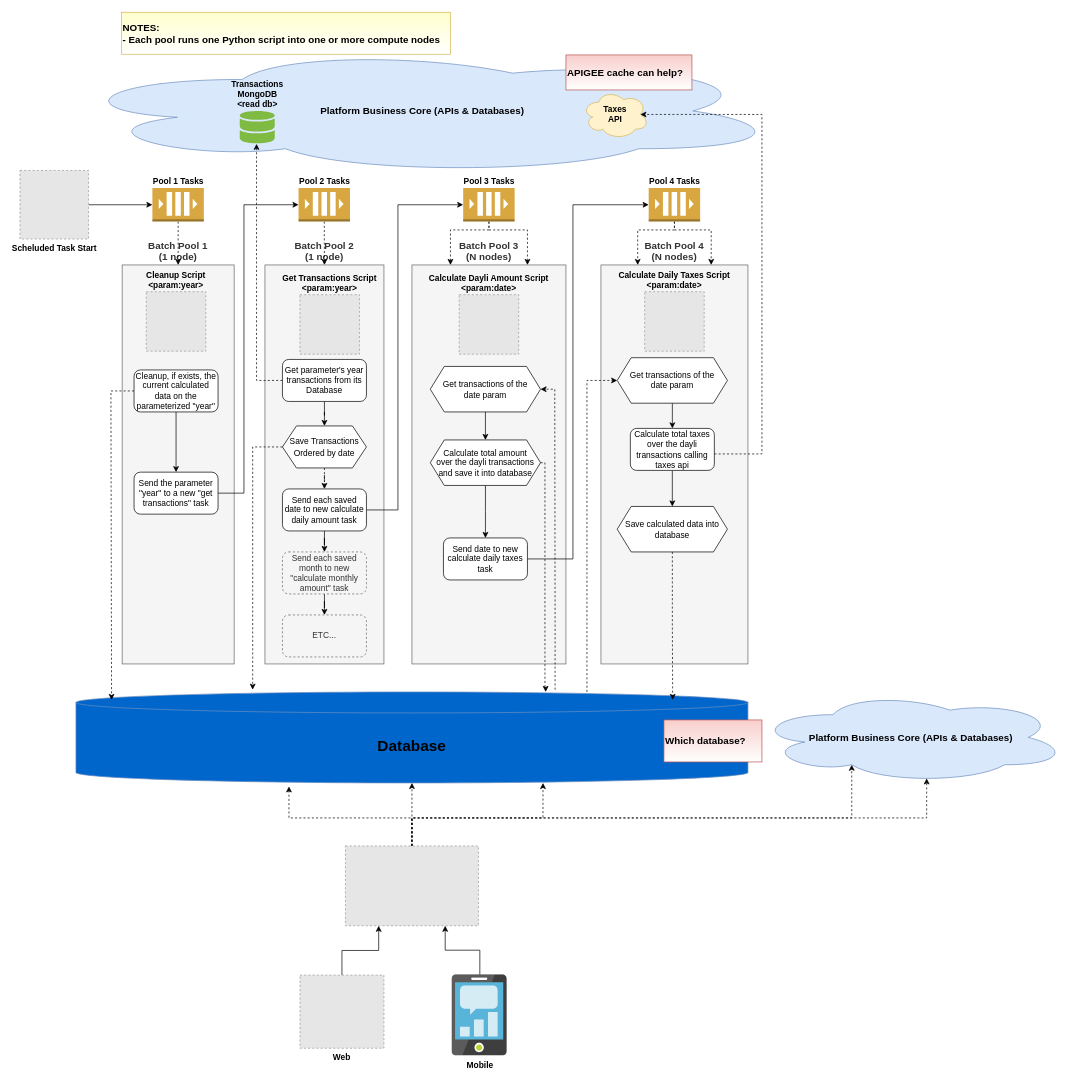
vagner-nascimento/poc-bigdata keeps this draw.io diagram as page "BigData Processment" (1 of 2) of docs/POC-Diagrams.drawio. Above is the earlier version. Source tidied: cells renumbered, new cells numbered last; positions are measured from the earlier drawing's top-left corner, leaving out a move shared by most shapes. Both pictures are drawn from the tidied source at 70%, with x=0, y=0 at pixel (20, 12). Pictures stored in the file or linked from it are replaced by grey dashed boxes.
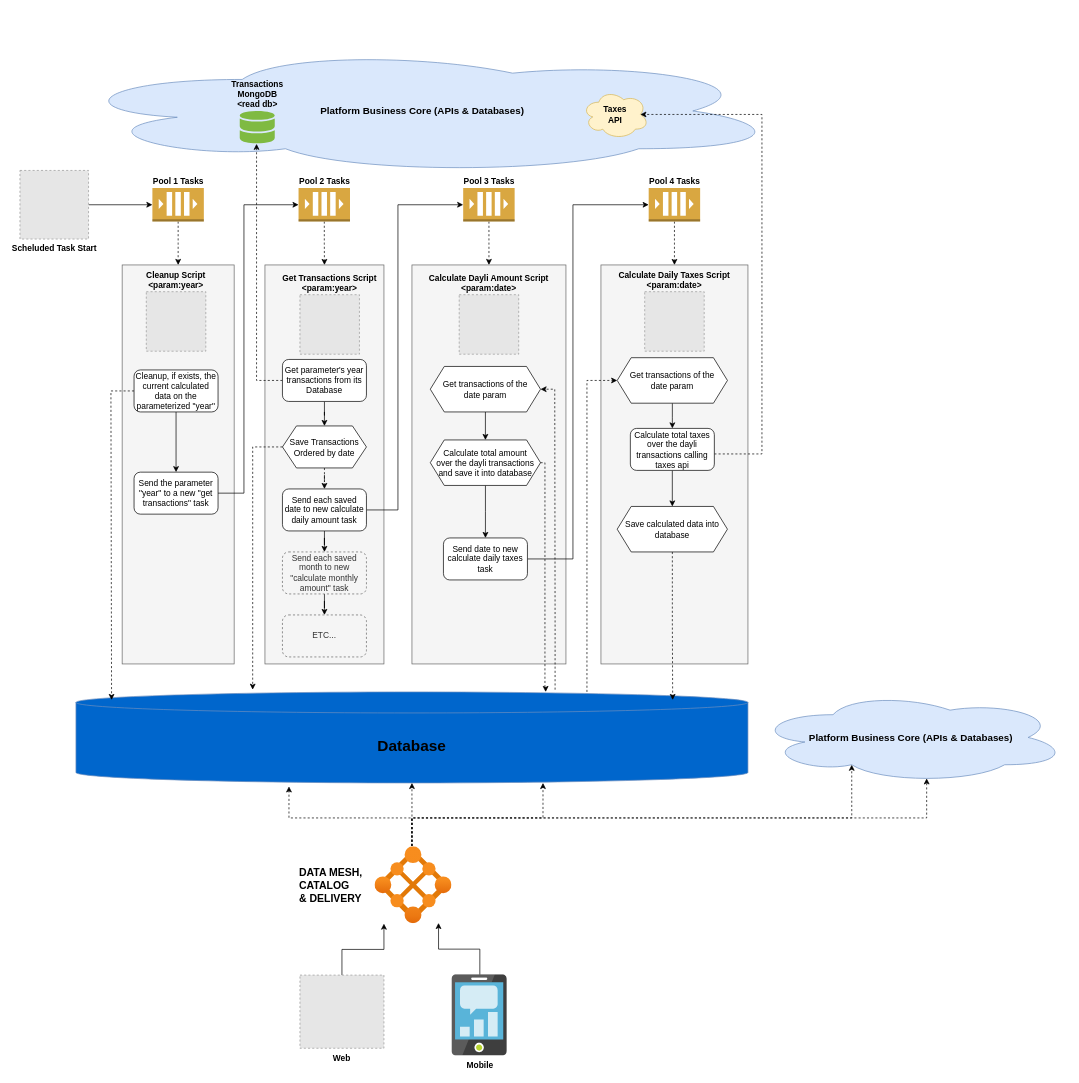
After the change.

Unchanged cells that the change refers to:
```xml
<mxCell id="12" value="Database" style="shape=cylinder3;whiteSpace=wrap;html=1;boundedLbl=1;backgroundOutline=1;size=15;fillColor=#0066CC;strokeColor=#6c8ebf;fontStyle=1;fontSize=22;" parent="1" vertex="1">
  <mxGeometry x="80" y="971" width="960" height="130" as="geometry" />
</mxCell>
<mxCell id="45" value="Pool 3 Tasks" style="outlineConnect=0;dashed=0;verticalLabelPosition=top;verticalAlign=bottom;align=center;html=1;shape=mxgraph.aws3.queue;fillColor=#D9A741;gradientColor=none;labelPosition=center;fontStyle=1;" parent="1" vertex="1">
  <mxGeometry x="633.2" y="251" width="73.5" height="48" as="geometry" />
</mxCell>
<mxCell id="48" value="Pool 4 Tasks" style="outlineConnect=0;dashed=0;verticalLabelPosition=top;verticalAlign=bottom;align=center;html=1;shape=mxgraph.aws3.queue;fillColor=#D9A741;gradientColor=none;labelPosition=center;fontStyle=1;" parent="1" vertex="1">
  <mxGeometry x="898.2" y="251" width="73.5" height="48" as="geometry" />
</mxCell>
<mxCell id="60" value="Web" style="fillColor=#E6E6E6;strokeColor=#999999;dashed=1;verticalLabelPosition=bottom;labelBackgroundColor=default;verticalAlign=top;fontStyle=1;" parent="1" vertex="1">
  <mxGeometry x="400" y="1375.5" width="120" height="104.5" as="geometry" />
</mxCell>
<mxCell id="64" value="Mobile" style="sketch=0;html=1;points=[];align=center;image;fontSize=12;image=img/lib/mscae/Mobile_Engagement.svg;labelBackgroundColor=none;gradientColor=#ffffff;fontStyle=1;" parent="1" vertex="1">
  <mxGeometry x="617" y="1374.7" width="79" height="116.2" as="geometry" />
</mxCell>
<mxCell id="72" value="Platform Business Core (APIs &amp;amp; Databases)" style="ellipse;shape=cloud;whiteSpace=wrap;html=1;fillColor=#dae8fc;strokeColor=#6c8ebf;labelPosition=center;verticalLabelPosition=middle;align=center;verticalAlign=middle;fontStyle=1;fontSize=14;" parent="1" vertex="1">
  <mxGeometry x="1050" y="971" width="446" height="130" as="geometry" />
</mxCell>
```

Diff of the diagram source:
```diff
@@
-    <mxCell id="2" value="&lt;span style=&quot;color: rgb(51, 51, 51); font-weight: 700;&quot;&gt;Batch Pool 4&lt;/span&gt;&lt;br style=&quot;color: rgb(51, 51, 51); font-weight: 700;&quot;&gt;&lt;span style=&quot;color: rgb(51, 51, 51); font-weight: 700;&quot;&gt;(N nodes)&lt;/span&gt;" style="rounded=0;whiteSpace=wrap;html=1;fontSize=14;strokeColor=#666666;fillColor=#f5f5f5;fontColor=#333333;labelPosition=center;verticalLabelPosition=top;align=center;verticalAlign=bottom;" parent="1" vertex="1">
+    <mxCell id="2" style="rounded=0;whiteSpace=wrap;html=1;fontSize=14;strokeColor=#666666;fillColor=#f5f5f5;fontColor=#333333;labelPosition=center;verticalLabelPosition=top;align=center;verticalAlign=bottom;" parent="1" vertex="1">
       <mxGeometry x="830" y="361" width="210" height="570" as="geometry" />
     </mxCell>
@@
-    <mxCell id="4" value="Batch Pool 3&lt;br&gt;(N nodes)" style="rounded=0;whiteSpace=wrap;html=1;fontSize=14;labelPosition=center;verticalLabelPosition=top;align=center;verticalAlign=bottom;fillColor=#f5f5f5;fontColor=#333333;strokeColor=#666666;fontStyle=1;" parent="1" vertex="1">
+    <mxCell id="4" style="rounded=0;whiteSpace=wrap;html=1;fontSize=14;labelPosition=center;verticalLabelPosition=top;align=center;verticalAlign=bottom;fillColor=#f5f5f5;fontColor=#333333;strokeColor=#666666;fontStyle=1;" parent="1" vertex="1">
       <mxGeometry x="560" y="361" width="220" height="570" as="geometry" />
     </mxCell>
-    <mxCell id="5" value="Batch Pool 2&lt;br&gt;(1 node)" style="rounded=0;whiteSpace=wrap;html=1;fontSize=14;labelPosition=center;verticalLabelPosition=top;align=center;verticalAlign=bottom;fillColor=#f5f5f5;fontColor=#333333;strokeColor=#666666;fontStyle=1;" parent="1" vertex="1">
+    <mxCell id="5" style="rounded=0;whiteSpace=wrap;html=1;fontSize=14;labelPosition=center;verticalLabelPosition=top;align=center;verticalAlign=bottom;fillColor=#f5f5f5;fontColor=#333333;strokeColor=#666666;fontStyle=1;" parent="1" vertex="1">
       <mxGeometry x="350" y="361" width="170" height="570" as="geometry" />
     </mxCell>
-    <mxCell id="6" value="Batch Pool 1&lt;br&gt;(1 node)" style="rounded=0;whiteSpace=wrap;html=1;fontSize=14;labelPosition=center;verticalLabelPosition=top;align=center;verticalAlign=bottom;fillColor=#f5f5f5;fontColor=#333333;strokeColor=#666666;fontStyle=1;" parent="1" vertex="1">
+    <mxCell id="6" style="rounded=0;whiteSpace=wrap;html=1;fontSize=14;labelPosition=center;verticalLabelPosition=top;align=center;verticalAlign=bottom;fillColor=#f5f5f5;fontColor=#333333;strokeColor=#666666;fontStyle=1;" parent="1" vertex="1">
       <mxGeometry x="146" y="361" width="160" height="570" as="geometry" />
     </mxCell>
@@
-    <mxCell id="22" value="&lt;div style=&quot;&quot;&gt;&lt;span style=&quot;background-color: initial;&quot;&gt;NOTES:&lt;/span&gt;&lt;/div&gt;- Each pool runs one Python script into one or more compute nodes" style="text;html=1;strokeColor=#d6b656;fillColor=#FFFFCC;align=left;verticalAlign=middle;whiteSpace=wrap;rounded=0;fontSize=14;fontStyle=1;gradientColor=#ffffff;" parent="1" vertex="1">
-      <mxGeometry x="145" width="470" height="60" as="geometry" />
-    </mxCell>
@@
-    <mxCell id="43" style="edgeStyle=orthogonalEdgeStyle;rounded=0;jettySize=auto;html=1;dashed=1;entryX=0.25;entryY=0;entryDx=0;entryDy=0;" parent="1" edge="1" source="45" target="4">
-      <mxGeometry relative="1" as="geometry">
-        <Array as="points">
-          <mxPoint x="670" y="311" />
-          <mxPoint x="615" y="311" />
-        </Array>
-      </mxGeometry>
-    </mxCell>
-    <mxCell id="44" style="edgeStyle=orthogonalEdgeStyle;rounded=0;jettySize=auto;html=1;entryX=0.75;entryY=0;entryDx=0;entryDy=0;dashed=1;" parent="1" edge="1" source="45" target="4">
+    <mxCell id="44" style="edgeStyle=orthogonalEdgeStyle;rounded=0;jettySize=auto;html=1;entryX=0.5;entryY=0;entryDx=0;entryDy=0;dashed=1;" parent="1" edge="1" source="45" target="4">
       <mxGeometry relative="1" as="geometry">
         <Array as="points">
-          <mxPoint x="670" y="311" />
-          <mxPoint x="725" y="311" />
+          <mxPoint x="670" y="331" />
+          <mxPoint x="670" y="331" />
         </Array>
       </mxGeometry>
     </mxCell>
@@
-    <mxCell id="46" style="edgeStyle=orthogonalEdgeStyle;rounded=0;jettySize=auto;html=1;dashed=1;entryX=0.25;entryY=0;entryDx=0;entryDy=0;" parent="1" edge="1" source="48" target="2">
-      <mxGeometry relative="1" as="geometry">
-        <Array as="points">
-          <mxPoint x="935" y="311" />
-          <mxPoint x="883" y="311" />
-        </Array>
-      </mxGeometry>
-    </mxCell>
-    <mxCell id="47" style="edgeStyle=orthogonalEdgeStyle;rounded=0;jettySize=auto;html=1;entryX=0.75;entryY=0;entryDx=0;entryDy=0;dashed=1;" parent="1" edge="1" source="48" target="2">
+    <mxCell id="47" style="edgeStyle=orthogonalEdgeStyle;rounded=0;jettySize=auto;html=1;entryX=0.5;entryY=0;entryDx=0;entryDy=0;dashed=1;" parent="1" edge="1" source="48" target="2">
       <mxGeometry relative="1" as="geometry">
         <Array as="points">
-          <mxPoint x="935" y="311" />
-          <mxPoint x="988" y="311" />
+          <mxPoint x="935" y="331" />
+          <mxPoint x="935" y="331" />
         </Array>
       </mxGeometry>
     </mxCell>
@@
-    <mxCell id="49" style="edgeStyle=orthogonalEdgeStyle;rounded=0;jettySize=auto;html=1;entryX=0.695;entryY=1;entryDx=0;entryDy=0;entryPerimeter=0;dashed=1;" parent="1" edge="1" source="54" target="12">
+    <mxCell id="49" style="edgeStyle=orthogonalEdgeStyle;rounded=0;jettySize=auto;html=1;entryX=0.695;entryY=1;entryDx=0;entryDy=0;entryPerimeter=0;dashed=1;" parent="1" edge="1" target="12">
       <mxGeometry relative="1" as="geometry">
+        <mxPoint x="560" y="1191" as="sourcePoint" />
         <Array as="points">
           <mxPoint x="560" y="1151" />
           <mxPoint x="747" y="1151" />
         </Array>
       </mxGeometry>
     </mxCell>
-    <mxCell id="50" style="edgeStyle=orthogonalEdgeStyle;rounded=0;jettySize=auto;html=1;entryX=0.5;entryY=1;entryDx=0;entryDy=0;entryPerimeter=0;dashed=1;" parent="1" edge="1" source="54" target="12">
+    <mxCell id="50" style="edgeStyle=orthogonalEdgeStyle;rounded=0;jettySize=auto;html=1;entryX=0.5;entryY=1;entryDx=0;entryDy=0;entryPerimeter=0;dashed=1;exitX=0.482;exitY=-0.009;exitDx=0;exitDy=0;exitPerimeter=0;" parent="1" edge="1" source="73" target="12">
       <mxGeometry relative="1" as="geometry" />
     </mxCell>
-    <mxCell id="51" style="edgeStyle=orthogonalEdgeStyle;rounded=0;jettySize=auto;html=1;entryX=0.317;entryY=1.038;entryDx=0;entryDy=0;entryPerimeter=0;dashed=1;" parent="1" edge="1" source="54" target="12">
+    <mxCell id="51" style="edgeStyle=orthogonalEdgeStyle;rounded=0;jettySize=auto;html=1;entryX=0.317;entryY=1.038;entryDx=0;entryDy=0;entryPerimeter=0;dashed=1;" parent="1" edge="1" target="12">
       <mxGeometry relative="1" as="geometry">
+        <mxPoint x="560" y="1191" as="sourcePoint" />
         <Array as="points">
           <mxPoint x="560" y="1151" />
           <mxPoint x="384" y="1151" />
         </Array>
       </mxGeometry>
     </mxCell>
-    <mxCell id="52" style="edgeStyle=orthogonalEdgeStyle;rounded=0;jettySize=auto;html=1;entryX=0.31;entryY=0.8;entryDx=0;entryDy=0;entryPerimeter=0;dashed=1;" parent="1" edge="1" source="54" target="72">
+    <mxCell id="52" style="edgeStyle=orthogonalEdgeStyle;rounded=0;jettySize=auto;html=1;entryX=0.31;entryY=0.8;entryDx=0;entryDy=0;entryPerimeter=0;dashed=1;" parent="1" edge="1" target="72">
       <mxGeometry relative="1" as="geometry">
+        <mxPoint x="560" y="1191" as="sourcePoint" />
         <Array as="points">
           <mxPoint x="560" y="1151" />
           <mxPoint x="1188" y="1151" />
         </Array>
       </mxGeometry>
     </mxCell>
-    <mxCell id="53" style="edgeStyle=orthogonalEdgeStyle;rounded=0;jettySize=auto;html=1;entryX=0.55;entryY=0.95;entryDx=0;entryDy=0;entryPerimeter=0;dashed=1;" parent="1" edge="1" source="54" target="72">
+    <mxCell id="53" style="edgeStyle=orthogonalEdgeStyle;rounded=0;jettySize=auto;html=1;entryX=0.55;entryY=0.95;entryDx=0;entryDy=0;entryPerimeter=0;dashed=1;" parent="1" edge="1" target="72">
       <mxGeometry relative="1" as="geometry">
+        <mxPoint x="560" y="1191" as="sourcePoint" />
         <Array as="points">
           <mxPoint x="560" y="1151" />
           <mxPoint x="1295" y="1151" />
         </Array>
       </mxGeometry>
     </mxCell>
-    <mxCell id="54" style="fillColor=#E6E6E6;strokeColor=#999999;dashed=1;verticalLabelPosition=bottom;labelBackgroundColor=default;verticalAlign=top;" parent="1" vertex="1">
-      <mxGeometry x="465" y="1191" width="190" height="114" as="geometry" />
-    </mxCell>
@@
-    <mxCell id="59" style="edgeStyle=orthogonalEdgeStyle;rounded=0;jettySize=auto;html=1;entryX=0.25;entryY=1;entryDx=0;entryDy=0;" parent="1" edge="1" source="60" target="54">
+    <mxCell id="59" style="edgeStyle=orthogonalEdgeStyle;rounded=0;jettySize=auto;html=1;entryX=0.118;entryY=1;entryDx=0;entryDy=0;entryPerimeter=0;" parent="1" edge="1" source="60" target="73">
       <mxGeometry relative="1" as="geometry" />
     </mxCell>
@@
-    <mxCell id="61" style="edgeStyle=orthogonalEdgeStyle;rounded=0;jettySize=auto;html=1;entryX=0.75;entryY=1;entryDx=0;entryDy=0;exitX=0.506;exitY=0.004;exitDx=0;exitDy=0;exitPerimeter=0;" parent="1" edge="1" source="64" target="54">
+    <mxCell id="61" style="edgeStyle=orthogonalEdgeStyle;rounded=0;jettySize=auto;html=1;entryX=0.827;entryY=0.991;entryDx=0;entryDy=0;exitX=0.506;exitY=0.004;exitDx=0;exitDy=0;exitPerimeter=0;entryPerimeter=0;" parent="1" edge="1" source="64" target="73">
       <mxGeometry relative="1" as="geometry" />
     </mxCell>
-    <mxCell id="62" value="APIGEE cache can help?&lt;div style=&quot;&quot;&gt;&lt;/div&gt;" style="text;html=1;strokeColor=#b85450;fillColor=#f8cecc;align=left;verticalAlign=middle;whiteSpace=wrap;rounded=0;fontSize=14;fontStyle=1;gradientColor=#ffffff;" parent="1" vertex="1">
-      <mxGeometry x="780" y="61" width="180" height="50" as="geometry" />
-    </mxCell>
-    <mxCell id="63" value="Which database?&lt;div style=&quot;&quot;&gt;&lt;/div&gt;" style="text;html=1;strokeColor=#b85450;fillColor=#f8cecc;align=left;verticalAlign=middle;whiteSpace=wrap;rounded=0;fontSize=14;fontStyle=1;gradientColor=#ffffff;" parent="1" vertex="1">
-      <mxGeometry x="920" y="1011" width="140" height="60" as="geometry" />
-    </mxCell>
@@
+    <mxCell id="73" value="&lt;b&gt;&lt;font style=&quot;font-size: 15px;&quot;&gt;DATA MESH,&lt;br&gt;CATALOG&lt;br&gt;&amp;amp; DELIVERY&lt;/font&gt;&lt;/b&gt;" style="html=1;points=[];align=left;image;fontSize=12;image=img/lib/azure2/compute/Mesh_Applications.svg;labelPosition=left;verticalLabelPosition=middle;verticalAlign=middle;textDirection=ltr;" parent="1" vertex="1">
+      <mxGeometry x="507" y="1192" width="110" height="110" as="geometry" />
+    </mxCell>
```
